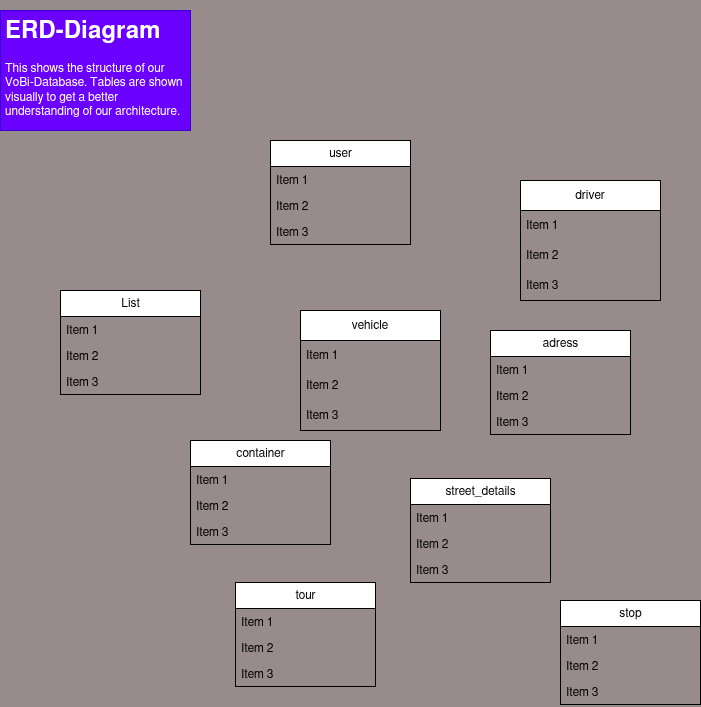
Earlier version of the draw.io export docs/database/database_erd.drawio.png (gabrielbindi/VoBi-Tour). Source tidied: cells renumbered, new cells last; positions are measured from the earlier drawing's top-left corner, leaving out a move shared by most shapes.
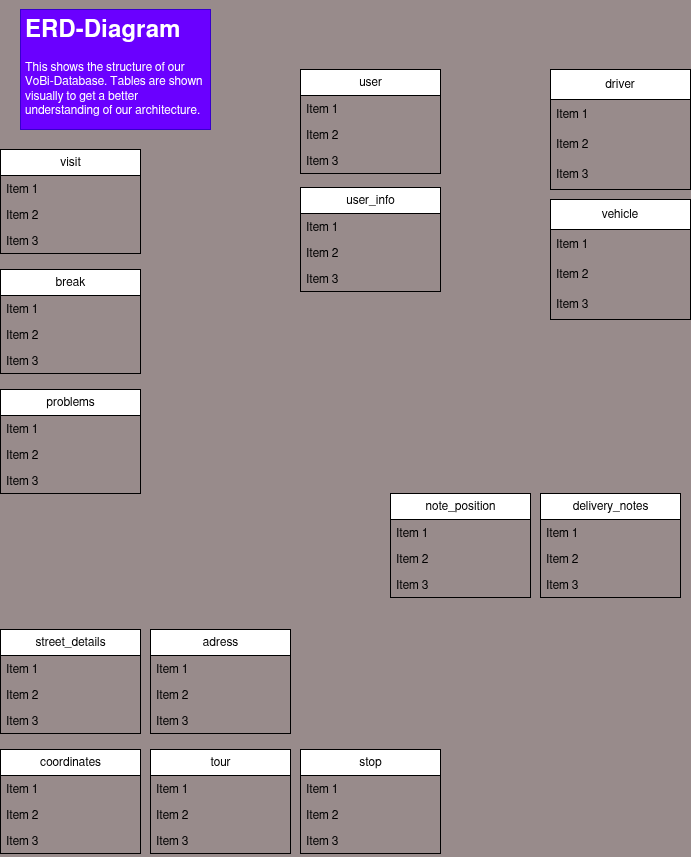
Later version of the same file.

The edit, as a diff of the source:
```diff
@@ -6,7 +6,7 @@
       <mxGeometry width="190" height="120" as="geometry" />
     </mxCell>
     <mxCell id="3" value="vehicle" style="swimlane;fontStyle=0;horizontal=1;startSize=30;whiteSpace=wrap;html=1;" parent="1" vertex="1">
-      <mxGeometry x="300" y="300" width="140" height="120" as="geometry" />
+      <mxGeometry x="530" y="190" width="140" height="120" as="geometry" />
     </mxCell>
     <mxCell id="4" value="Item 1" style="text;strokeColor=none;fillColor=none;align=left;verticalAlign=middle;spacingLeft=4;spacingRight=4;overflow=hidden;whiteSpace=wrap;html=1;" parent="3" vertex="1">
       <mxGeometry y="30" width="140" height="30" as="geometry" />
@@ -18,7 +18,7 @@
       <mxGeometry y="90" width="140" height="30" as="geometry" />
     </mxCell>
     <mxCell id="7" value="driver" style="swimlane;fontStyle=0;horizontal=1;startSize=30;whiteSpace=wrap;html=1;" parent="1" vertex="1">
-      <mxGeometry x="520" y="170" width="140" height="120" as="geometry" />
+      <mxGeometry x="530" y="60" width="140" height="120" as="geometry" />
     </mxCell>
     <mxCell id="8" value="Item 1" style="text;strokeColor=none;fillColor=none;align=left;verticalAlign=middle;spacingLeft=4;spacingRight=4;overflow=hidden;whiteSpace=wrap;html=1;" parent="7" vertex="1">
       <mxGeometry y="30" width="140" height="30" as="geometry" />
@@ -30,7 +30,7 @@
       <mxGeometry y="90" width="140" height="30" as="geometry" />
     </mxCell>
     <mxCell id="11" value="user" style="swimlane;fontStyle=0;horizontal=1;startSize=26;html=1;" parent="1" vertex="1">
-      <mxGeometry x="270" y="130" width="140" height="104" as="geometry" />
+      <mxGeometry x="280" y="60" width="140" height="104" as="geometry" />
     </mxCell>
     <mxCell id="12" value="Item 1" style="text;strokeColor=none;fillColor=none;align=left;verticalAlign=top;spacingLeft=4;spacingRight=4;overflow=hidden;whiteSpace=wrap;html=1;" parent="11" vertex="1">
       <mxGeometry y="26" width="140" height="26" as="geometry" />
@@ -41,20 +41,8 @@
     <mxCell id="14" value="Item 3" style="text;strokeColor=none;fillColor=none;align=left;verticalAlign=top;spacingLeft=4;spacingRight=4;overflow=hidden;whiteSpace=wrap;html=1;" parent="11" vertex="1">
       <mxGeometry y="78" width="140" height="26" as="geometry" />
     </mxCell>
-    <mxCell id="15" value="List" style="swimlane;fontStyle=0;horizontal=1;startSize=26;html=1;" parent="1" vertex="1">
-      <mxGeometry x="60" y="280" width="140" height="104" as="geometry" />
-    </mxCell>
-    <mxCell id="16" value="Item 1" style="text;strokeColor=none;fillColor=none;align=left;verticalAlign=top;spacingLeft=4;spacingRight=4;overflow=hidden;whiteSpace=wrap;html=1;" parent="15" vertex="1">
-      <mxGeometry y="26" width="140" height="26" as="geometry" />
-    </mxCell>
-    <mxCell id="17" value="Item 2" style="text;strokeColor=none;fillColor=none;align=left;verticalAlign=top;spacingLeft=4;spacingRight=4;overflow=hidden;whiteSpace=wrap;html=1;" parent="15" vertex="1">
-      <mxGeometry y="52" width="140" height="26" as="geometry" />
-    </mxCell>
-    <mxCell id="18" value="Item 3" style="text;strokeColor=none;fillColor=none;align=left;verticalAlign=top;spacingLeft=4;spacingRight=4;overflow=hidden;whiteSpace=wrap;html=1;" parent="15" vertex="1">
-      <mxGeometry y="78" width="140" height="26" as="geometry" />
-    </mxCell>
     <mxCell id="19" value="adress" style="swimlane;fontStyle=0;horizontal=1;startSize=26;html=1;" parent="1" vertex="1">
-      <mxGeometry x="490" y="320" width="140" height="104" as="geometry" />
+      <mxGeometry x="130" y="620" width="140" height="104" as="geometry" />
     </mxCell>
     <mxCell id="20" value="Item 1" style="text;strokeColor=none;fillColor=none;align=left;verticalAlign=top;spacingLeft=4;spacingRight=4;overflow=hidden;whiteSpace=wrap;html=1;" parent="19" vertex="1">
       <mxGeometry y="26" width="140" height="26" as="geometry" />
@@ -65,8 +53,8 @@
     <mxCell id="22" value="Item 3" style="text;strokeColor=none;fillColor=none;align=left;verticalAlign=top;spacingLeft=4;spacingRight=4;overflow=hidden;whiteSpace=wrap;html=1;" parent="19" vertex="1">
       <mxGeometry y="78" width="140" height="26" as="geometry" />
     </mxCell>
-    <mxCell id="23" value="container" style="swimlane;fontStyle=0;horizontal=1;startSize=26;html=1;" parent="1" vertex="1">
-      <mxGeometry x="190" y="430" width="140" height="104" as="geometry" />
+    <mxCell id="23" value="note_position" style="swimlane;fontStyle=0;horizontal=1;startSize=26;html=1;" parent="1" vertex="1">
+      <mxGeometry x="370" y="484" width="140" height="104" as="geometry" />
     </mxCell>
     <mxCell id="24" value="Item 1" style="text;strokeColor=none;fillColor=none;align=left;verticalAlign=top;spacingLeft=4;spacingRight=4;overflow=hidden;whiteSpace=wrap;html=1;" parent="23" vertex="1">
       <mxGeometry y="26" width="140" height="26" as="geometry" />
@@ -78,7 +66,7 @@
       <mxGeometry y="78" width="140" height="26" as="geometry" />
     </mxCell>
     <mxCell id="27" value="street_details" style="swimlane;fontStyle=0;horizontal=1;startSize=26;html=1;" parent="1" vertex="1">
-      <mxGeometry x="410" y="468" width="140" height="104" as="geometry" />
+      <mxGeometry x="-20" y="620" width="140" height="104" as="geometry" />
     </mxCell>
     <mxCell id="28" value="Item 1" style="text;strokeColor=none;fillColor=none;align=left;verticalAlign=top;spacingLeft=4;spacingRight=4;overflow=hidden;whiteSpace=wrap;html=1;" parent="27" vertex="1">
       <mxGeometry y="26" width="140" height="26" as="geometry" />
@@ -90,7 +78,7 @@
       <mxGeometry y="78" width="140" height="26" as="geometry" />
     </mxCell>
     <mxCell id="31" value="tour" style="swimlane;fontStyle=0;horizontal=1;startSize=26;html=1;" parent="1" vertex="1">
-      <mxGeometry x="235" y="572" width="140" height="104" as="geometry" />
+      <mxGeometry x="130" y="740" width="140" height="104" as="geometry" />
     </mxCell>
     <mxCell id="32" value="Item 1" style="text;strokeColor=none;fillColor=none;align=left;verticalAlign=top;spacingLeft=4;spacingRight=4;overflow=hidden;whiteSpace=wrap;html=1;" parent="31" vertex="1">
       <mxGeometry y="26" width="140" height="26" as="geometry" />
@@ -102,7 +90,7 @@
       <mxGeometry y="78" width="140" height="26" as="geometry" />
     </mxCell>
     <mxCell id="35" value="stop" style="swimlane;fontStyle=0;horizontal=1;startSize=26;html=1;" parent="1" vertex="1">
-      <mxGeometry x="560" y="590" width="140" height="104" as="geometry" />
+      <mxGeometry x="280" y="740" width="140" height="104" as="geometry" />
     </mxCell>
     <mxCell id="36" value="Item 1" style="text;strokeColor=none;fillColor=none;align=left;verticalAlign=top;spacingLeft=4;spacingRight=4;overflow=hidden;whiteSpace=wrap;html=1;" parent="35" vertex="1">
       <mxGeometry y="26" width="140" height="26" as="geometry" />
@@ -113,5 +101,77 @@
     <mxCell id="38" value="Item 3" style="text;strokeColor=none;fillColor=none;align=left;verticalAlign=top;spacingLeft=4;spacingRight=4;overflow=hidden;whiteSpace=wrap;html=1;" parent="35" vertex="1">
       <mxGeometry y="78" width="140" height="26" as="geometry" />
     </mxCell>
+    <mxCell id="39" value="visit" style="swimlane;fontStyle=0;horizontal=1;startSize=26;html=1;" parent="1" vertex="1">
+      <mxGeometry x="-20" y="140" width="140" height="104" as="geometry" />
+    </mxCell>
+    <mxCell id="40" value="Item 1" style="text;strokeColor=none;fillColor=none;align=left;verticalAlign=top;spacingLeft=4;spacingRight=4;overflow=hidden;whiteSpace=wrap;html=1;" parent="39" vertex="1">
+      <mxGeometry y="26" width="140" height="26" as="geometry" />
+    </mxCell>
+    <mxCell id="41" value="Item 2" style="text;strokeColor=none;fillColor=none;align=left;verticalAlign=top;spacingLeft=4;spacingRight=4;overflow=hidden;whiteSpace=wrap;html=1;" parent="39" vertex="1">
+      <mxGeometry y="52" width="140" height="26" as="geometry" />
+    </mxCell>
+    <mxCell id="42" value="Item 3" style="text;strokeColor=none;fillColor=none;align=left;verticalAlign=top;spacingLeft=4;spacingRight=4;overflow=hidden;whiteSpace=wrap;html=1;" parent="39" vertex="1">
+      <mxGeometry y="78" width="140" height="26" as="geometry" />
+    </mxCell>
+    <mxCell id="43" value="coordinates" style="swimlane;fontStyle=0;horizontal=1;startSize=26;html=1;" parent="1" vertex="1">
+      <mxGeometry x="-20" y="740" width="140" height="104" as="geometry" />
+    </mxCell>
+    <mxCell id="44" value="Item 1" style="text;strokeColor=none;fillColor=none;align=left;verticalAlign=top;spacingLeft=4;spacingRight=4;overflow=hidden;whiteSpace=wrap;html=1;" parent="43" vertex="1">
+      <mxGeometry y="26" width="140" height="26" as="geometry" />
+    </mxCell>
+    <mxCell id="45" value="Item 2" style="text;strokeColor=none;fillColor=none;align=left;verticalAlign=top;spacingLeft=4;spacingRight=4;overflow=hidden;whiteSpace=wrap;html=1;" parent="43" vertex="1">
+      <mxGeometry y="52" width="140" height="26" as="geometry" />
+    </mxCell>
+    <mxCell id="46" value="Item 3" style="text;strokeColor=none;fillColor=none;align=left;verticalAlign=top;spacingLeft=4;spacingRight=4;overflow=hidden;whiteSpace=wrap;html=1;" parent="43" vertex="1">
+      <mxGeometry y="78" width="140" height="26" as="geometry" />
+    </mxCell>
+    <mxCell id="47" value="break" style="swimlane;fontStyle=0;horizontal=1;startSize=26;html=1;" parent="1" vertex="1">
+      <mxGeometry x="-20" y="260" width="140" height="104" as="geometry" />
+    </mxCell>
+    <mxCell id="48" value="Item 1" style="text;strokeColor=none;fillColor=none;align=left;verticalAlign=top;spacingLeft=4;spacingRight=4;overflow=hidden;whiteSpace=wrap;html=1;" parent="47" vertex="1">
+      <mxGeometry y="26" width="140" height="26" as="geometry" />
+    </mxCell>
+    <mxCell id="49" value="Item 2" style="text;strokeColor=none;fillColor=none;align=left;verticalAlign=top;spacingLeft=4;spacingRight=4;overflow=hidden;whiteSpace=wrap;html=1;" parent="47" vertex="1">
+      <mxGeometry y="52" width="140" height="26" as="geometry" />
+    </mxCell>
+    <mxCell id="50" value="Item 3" style="text;strokeColor=none;fillColor=none;align=left;verticalAlign=top;spacingLeft=4;spacingRight=4;overflow=hidden;whiteSpace=wrap;html=1;" parent="47" vertex="1">
+      <mxGeometry y="78" width="140" height="26" as="geometry" />
+    </mxCell>
+    <mxCell id="51" value="problems" style="swimlane;fontStyle=0;horizontal=1;startSize=26;html=1;" parent="1" vertex="1">
+      <mxGeometry x="-20" y="380" width="140" height="104" as="geometry" />
+    </mxCell>
+    <mxCell id="52" value="Item 1" style="text;strokeColor=none;fillColor=none;align=left;verticalAlign=top;spacingLeft=4;spacingRight=4;overflow=hidden;whiteSpace=wrap;html=1;" parent="51" vertex="1">
+      <mxGeometry y="26" width="140" height="26" as="geometry" />
+    </mxCell>
+    <mxCell id="53" value="Item 2" style="text;strokeColor=none;fillColor=none;align=left;verticalAlign=top;spacingLeft=4;spacingRight=4;overflow=hidden;whiteSpace=wrap;html=1;" parent="51" vertex="1">
+      <mxGeometry y="52" width="140" height="26" as="geometry" />
+    </mxCell>
+    <mxCell id="54" value="Item 3" style="text;strokeColor=none;fillColor=none;align=left;verticalAlign=top;spacingLeft=4;spacingRight=4;overflow=hidden;whiteSpace=wrap;html=1;" parent="51" vertex="1">
+      <mxGeometry y="78" width="140" height="26" as="geometry" />
+    </mxCell>
+    <mxCell id="55" value="delivery_notes" style="swimlane;fontStyle=0;horizontal=1;startSize=26;html=1;" parent="1" vertex="1">
+      <mxGeometry x="520" y="484" width="140" height="104" as="geometry" />
+    </mxCell>
+    <mxCell id="56" value="Item 1" style="text;strokeColor=none;fillColor=none;align=left;verticalAlign=top;spacingLeft=4;spacingRight=4;overflow=hidden;whiteSpace=wrap;html=1;" parent="55" vertex="1">
+      <mxGeometry y="26" width="140" height="26" as="geometry" />
+    </mxCell>
+    <mxCell id="57" value="Item 2" style="text;strokeColor=none;fillColor=none;align=left;verticalAlign=top;spacingLeft=4;spacingRight=4;overflow=hidden;whiteSpace=wrap;html=1;" parent="55" vertex="1">
+      <mxGeometry y="52" width="140" height="26" as="geometry" />
+    </mxCell>
+    <mxCell id="58" value="Item 3" style="text;strokeColor=none;fillColor=none;align=left;verticalAlign=top;spacingLeft=4;spacingRight=4;overflow=hidden;whiteSpace=wrap;html=1;" parent="55" vertex="1">
+      <mxGeometry y="78" width="140" height="26" as="geometry" />
+    </mxCell>
+    <mxCell id="59" value="user_info" style="swimlane;fontStyle=0;horizontal=1;startSize=26;html=1;" parent="1" vertex="1">
+      <mxGeometry x="280" y="178" width="140" height="104" as="geometry" />
+    </mxCell>
+    <mxCell id="60" value="Item 1" style="text;strokeColor=none;fillColor=none;align=left;verticalAlign=top;spacingLeft=4;spacingRight=4;overflow=hidden;whiteSpace=wrap;html=1;" parent="59" vertex="1">
+      <mxGeometry y="26" width="140" height="26" as="geometry" />
+    </mxCell>
+    <mxCell id="61" value="Item 2" style="text;strokeColor=none;fillColor=none;align=left;verticalAlign=top;spacingLeft=4;spacingRight=4;overflow=hidden;whiteSpace=wrap;html=1;" parent="59" vertex="1">
+      <mxGeometry y="52" width="140" height="26" as="geometry" />
+    </mxCell>
+    <mxCell id="62" value="Item 3" style="text;strokeColor=none;fillColor=none;align=left;verticalAlign=top;spacingLeft=4;spacingRight=4;overflow=hidden;whiteSpace=wrap;html=1;" parent="59" vertex="1">
+      <mxGeometry y="78" width="140" height="26" as="geometry" />
+    </mxCell>
   </root>
 </mxGraphModel>
```
